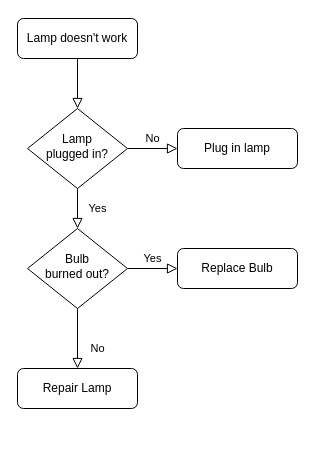
Above: Диаграмма без названия.drawio in vanilovv/assets (draw.io), before the change. Source tidied: cells renumbered, new cells numbered last; positions are measured from the earlier drawing's top-left corner, leaving out a move shared by most shapes. Both pictures are drawn from the tidied source at 100%, with x=0, y=0 at pixel (17, 18).
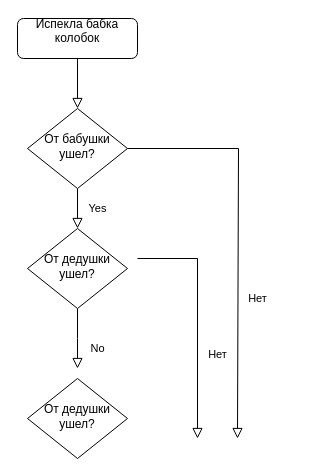
The same diagram, later.

Change to the diagram source:
```diff
@@
 <mxGraphModel>
   <root>
     <mxCell id="0" />
     <mxCell id="1" parent="0" />
     <mxCell id="2" style="rounded=0;html=1;jettySize=auto;fontSize=11;endArrow=block;endFill=0;endSize=8;strokeWidth=1;shadow=0;labelBackgroundColor=none;edgeStyle=orthogonalEdgeStyle;" parent="1" edge="1" source="3" target="6">
       <mxGeometry relative="1" as="geometry" />
     </mxCell>
-    <mxCell id="3" value="Lamp doesn't work" style="rounded=1;whiteSpace=wrap;html=1;fontSize=12;glass=0;strokeWidth=1;shadow=0;" parent="1" vertex="1">
+    <mxCell id="3" value="Испекла бабка колобок&lt;div&gt;&lt;br&gt;&lt;/div&gt;" style="rounded=1;whiteSpace=wrap;html=1;fontSize=12;glass=0;strokeWidth=1;shadow=0;" parent="1" vertex="1">
       <mxGeometry width="120" height="40" as="geometry" />
     </mxCell>
     <mxCell id="4" value="Yes" style="rounded=0;html=1;jettySize=auto;fontSize=11;endArrow=block;endFill=0;endSize=8;strokeWidth=1;shadow=0;labelBackgroundColor=none;edgeStyle=orthogonalEdgeStyle;" parent="1" edge="1" source="6" target="10">
       <mxGeometry y="20" relative="1" as="geometry" />
     </mxCell>
-    <mxCell id="5" value="No" style="edgeStyle=orthogonalEdgeStyle;rounded=0;html=1;jettySize=auto;fontSize=11;endArrow=block;endFill=0;endSize=8;strokeWidth=1;shadow=0;labelBackgroundColor=none;" parent="1" edge="1" source="6" target="7">
-      <mxGeometry y="10" relative="1" as="geometry" />
+    <mxCell id="5" value="Нет" style="edgeStyle=orthogonalEdgeStyle;rounded=0;html=1;jettySize=auto;fontSize=11;endArrow=block;endFill=0;endSize=8;strokeWidth=1;shadow=0;labelBackgroundColor=none;" parent="1" edge="1" source="6">
+      <mxGeometry x="0.3" y="20" relative="1" as="geometry">
+        <mxPoint x="220" y="420" as="targetPoint" />
+        <Array as="points">
+          <mxPoint x="221" y="130" />
+        </Array>
+      </mxGeometry>
     </mxCell>
-    <mxCell id="6" value="Lamp&lt;br&gt;plugged in?" style="rhombus;whiteSpace=wrap;html=1;shadow=0;fontFamily=Helvetica;fontSize=12;align=center;strokeWidth=1;spacing=6;spacingTop=-4;" parent="1" vertex="1">
+    <mxCell id="6" value="От бабушки ушел?" style="rhombus;whiteSpace=wrap;html=1;shadow=0;fontFamily=Helvetica;fontSize=12;align=center;strokeWidth=1;spacing=6;spacingTop=-4;" parent="1" vertex="1">
       <mxGeometry x="10" y="90" width="100" height="80" as="geometry" />
     </mxCell>
-    <mxCell id="7" value="Plug in lamp" style="rounded=1;whiteSpace=wrap;html=1;fontSize=12;glass=0;strokeWidth=1;shadow=0;" parent="1" vertex="1">
-      <mxGeometry x="160" y="110" width="120" height="40" as="geometry" />
-    </mxCell>
-    <mxCell id="8" value="No" style="rounded=0;html=1;jettySize=auto;fontSize=11;endArrow=block;endFill=0;endSize=8;strokeWidth=1;shadow=0;labelBackgroundColor=none;edgeStyle=orthogonalEdgeStyle;" parent="1" edge="1" source="10" target="11">
-      <mxGeometry x="0.33" y="20" relative="1" as="geometry" />
+    <mxCell id="8" value="No" style="rounded=0;html=1;jettySize=auto;fontSize=11;endArrow=block;endFill=0;endSize=8;strokeWidth=1;shadow=0;labelBackgroundColor=none;edgeStyle=orthogonalEdgeStyle;" parent="1" edge="1" source="10">
+      <mxGeometry x="0.33" y="20" relative="1" as="geometry">
+        <mxPoint x="60" y="350" as="targetPoint" />
+      </mxGeometry>
     </mxCell>
-    <mxCell id="9" value="Yes" style="edgeStyle=orthogonalEdgeStyle;rounded=0;html=1;jettySize=auto;fontSize=11;endArrow=block;endFill=0;endSize=8;strokeWidth=1;shadow=0;labelBackgroundColor=none;" parent="1" edge="1" source="10" target="12">
-      <mxGeometry y="10" relative="1" as="geometry" />
-    </mxCell>
-    <mxCell id="10" value="Bulb&lt;br&gt;burned out?" style="rhombus;whiteSpace=wrap;html=1;shadow=0;fontFamily=Helvetica;fontSize=12;align=center;strokeWidth=1;spacing=6;spacingTop=-4;" parent="1" vertex="1">
+    <mxCell id="10" value="От дедушки ушел?" style="rhombus;whiteSpace=wrap;html=1;shadow=0;fontFamily=Helvetica;fontSize=12;align=center;strokeWidth=1;spacing=6;spacingTop=-4;" parent="1" vertex="1">
       <mxGeometry x="10" y="210" width="100" height="80" as="geometry" />
     </mxCell>
-    <mxCell id="11" value="Repair Lamp" style="rounded=1;whiteSpace=wrap;html=1;fontSize=12;glass=0;strokeWidth=1;shadow=0;" parent="1" vertex="1">
-      <mxGeometry y="350" width="120" height="40" as="geometry" />
-    </mxCell>
-    <mxCell id="12" value="Replace Bulb" style="rounded=1;whiteSpace=wrap;html=1;fontSize=12;glass=0;strokeWidth=1;shadow=0;" parent="1" vertex="1">
-      <mxGeometry x="160" y="230" width="120" height="40" as="geometry" />
-    </mxCell>
+    <mxCell id="13" value="Нет" style="edgeStyle=orthogonalEdgeStyle;rounded=0;html=1;jettySize=auto;orthogonalLoop=1;fontSize=11;endArrow=block;endFill=0;endSize=8;strokeWidth=1;shadow=0;labelBackgroundColor=none;" parent="1" edge="1">
+      <mxGeometry x="0.3" y="20" relative="1" as="geometry">
+        <mxPoint x="120" y="240" as="sourcePoint" />
+        <mxPoint x="180" y="420" as="targetPoint" />
+        <Array as="points">
+          <mxPoint x="180" y="240" />
+        </Array>
+      </mxGeometry>
+    </mxCell>
+    <mxCell id="14" value="От дедушки ушел?" style="rhombus;whiteSpace=wrap;html=1;shadow=0;fontFamily=Helvetica;fontSize=12;align=center;strokeWidth=1;spacing=6;spacingTop=-4;" parent="1" vertex="1">
+      <mxGeometry x="10" y="360" width="100" height="80" as="geometry" />
+    </mxCell>
   </root>
 </mxGraphModel>
```
